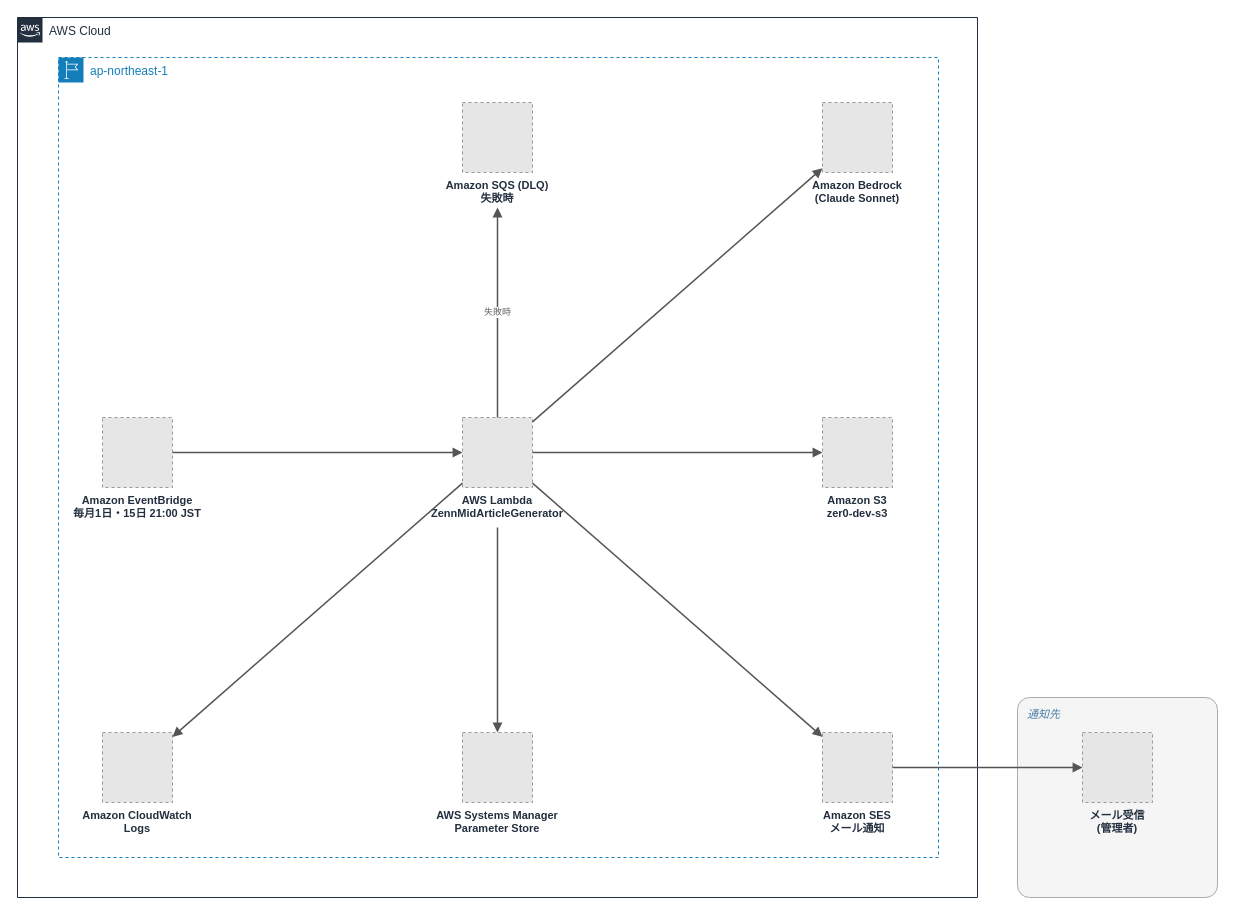
Earlier version of the draw.io diagram 005_zenn-mid-article-bot/images/005_architecture.drawio (Zer0-1179/Zer0-public). Source tidied: cells renumbered, new cells numbered last; positions are measured from the earlier drawing's top-left corner, leaving out a move shared by most shapes. Both pictures are drawn from the tidied source at 100%, with x=0, y=0 at pixel (17, 17). Pictures stored in the file or linked from it are replaced by grey dashed boxes.
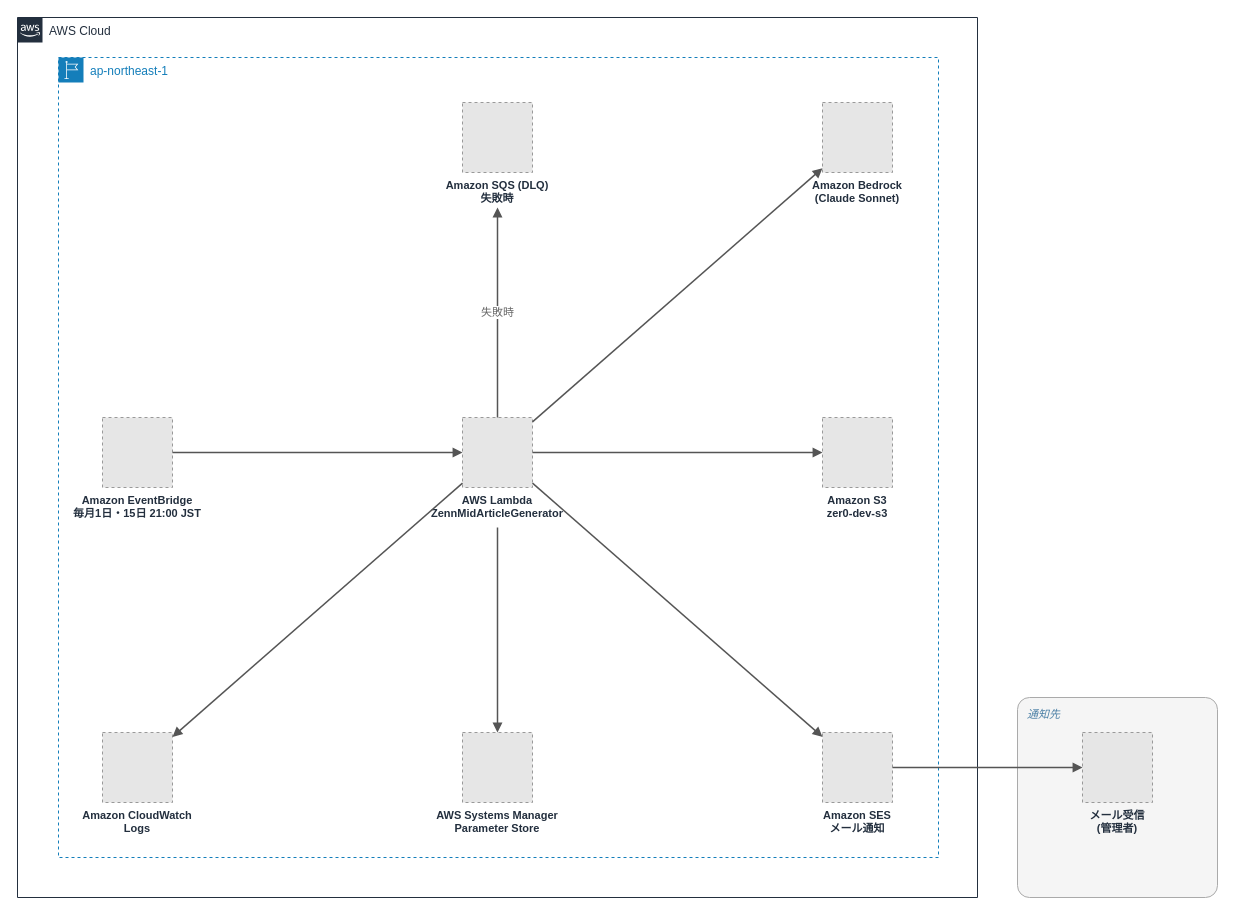
Above is the later version.

Unchanged cells that the change refers to:
```xml
<mxCell id="6" value="AWS Lambda&#10;ZennMidArticleGenerator" style="fillColor=#E6E6E6;strokeColor=#999999;dashed=1;verticalLabelPosition=bottom;verticalAlign=top;labelBackgroundColor=none;fontSize=11;fontStyle=1;fontColor=#232F3E;" parent="1" vertex="1">
  <mxGeometry x="445" y="400" width="70" height="70" as="geometry" />
</mxCell>
```

Diff of the diagram source:
```diff
@@
-    <mxCell id="15" value="失敗時" style="endArrow=block;html=1;rounded=0;edgeStyle=none;strokeColor=#555555;strokeWidth=1.5;fontSize=9;fontColor=#666666;labelBackgroundColor=#FFFFFF;" parent="1" edge="1" source="6">
+    <mxCell id="15" value="&lt;font style=&quot;font-size: 11px;&quot;&gt;失敗時&lt;/font&gt;" style="endArrow=block;html=1;rounded=0;edgeStyle=none;strokeColor=#555555;strokeWidth=1.5;fontSize=9;fontColor=#666666;labelBackgroundColor=#FFFFFF;" parent="1" edge="1" source="6">
       <mxGeometry relative="1" as="geometry">
         <mxPoint x="480" y="190" as="targetPoint" />
       </mxGeometry>
     </mxCell>
```
